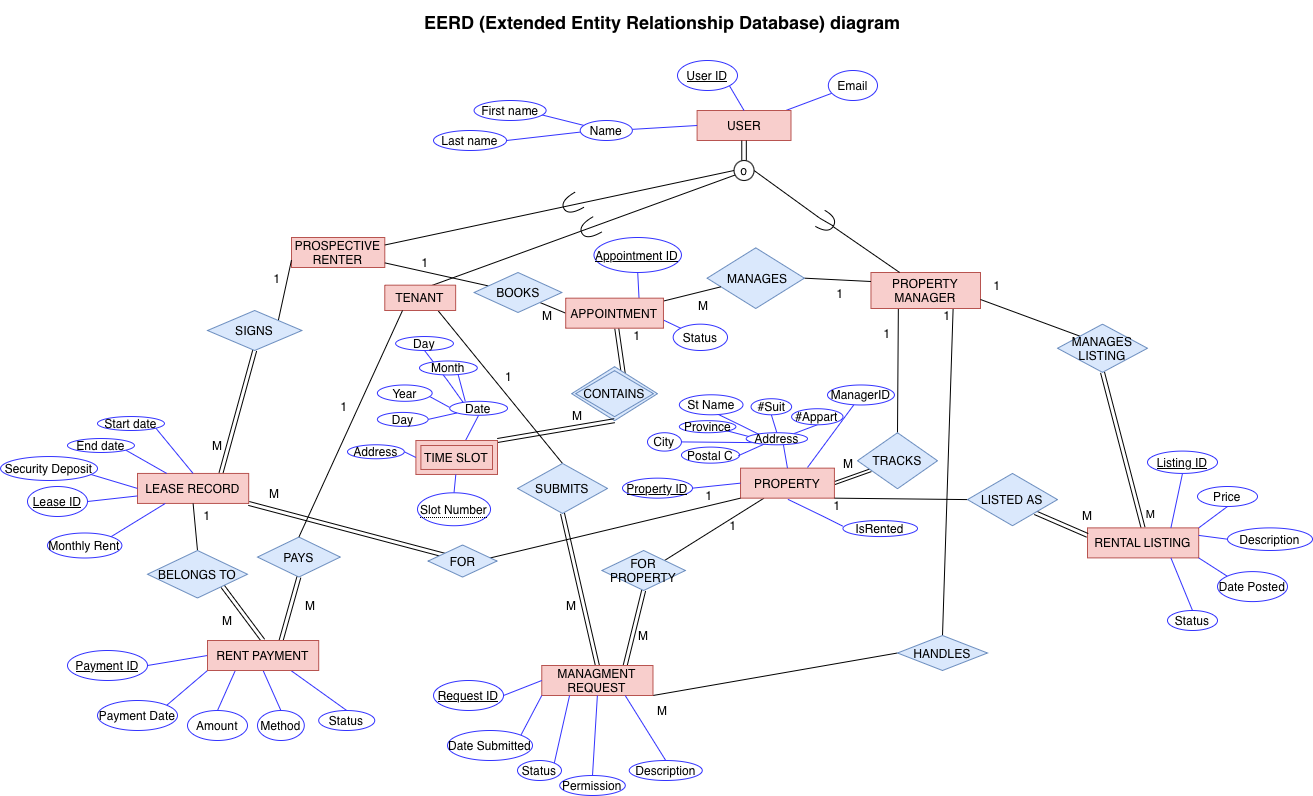
Before: docs/EERD_diagram.png, a diagram exported from draw.io (marynahez/rental-website-project). Source tidied: cells renumbered, new cells last; positions are measured from the earlier drawing's top-left corner, leaving out a move shared by most shapes.
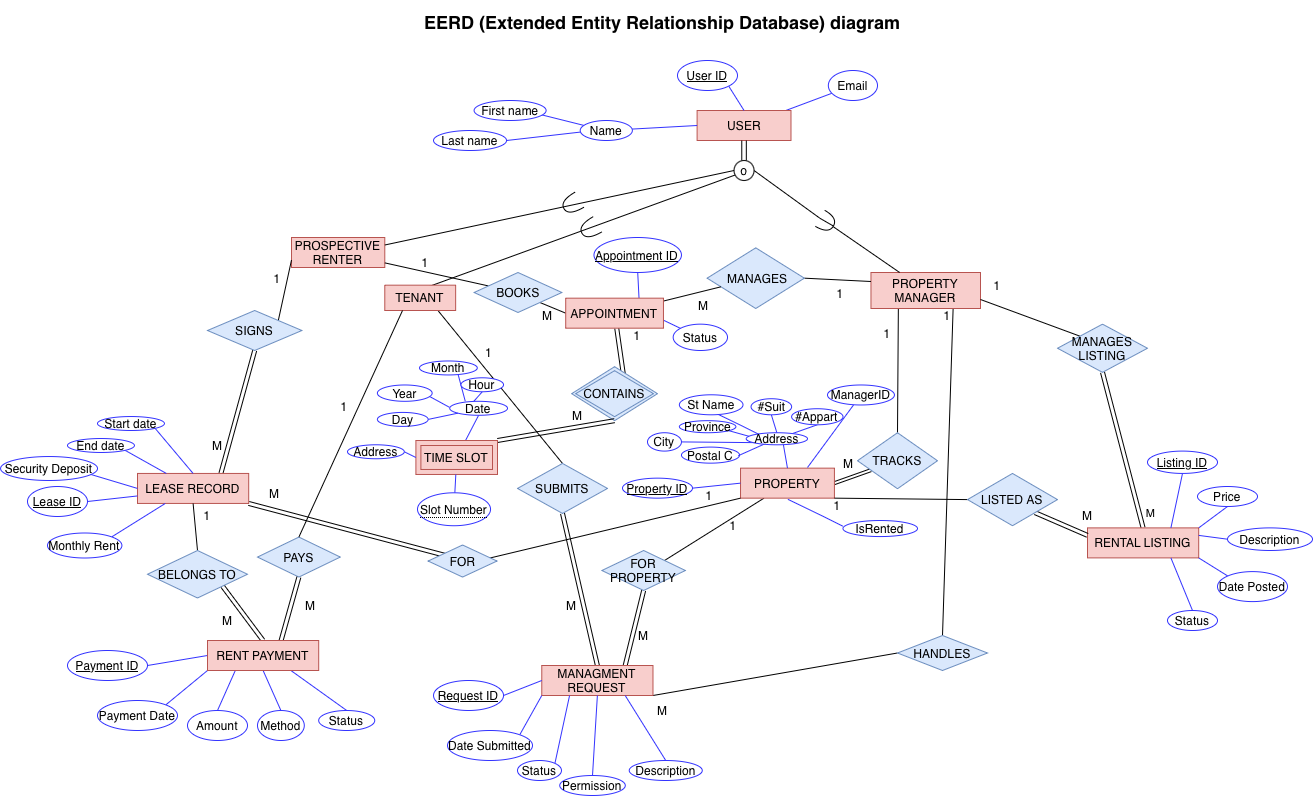
Above is the later version.

Commit message:
Update EERD diagram.

The edit, as a diff of the source:
```diff
@@ -5,9 +5,6 @@
     <mxCell id="2" style="endArrow=none;html=1;rounded=0;strokeColor=#3333FF;entryX=0.5;entryY=1;entryDx=0;entryDy=0;" parent="1" edge="1" target="178">
       <mxGeometry relative="1" as="geometry">
         <mxPoint x="467" y="408" as="sourcePoint" />
-        <Array as="points">
-          <mxPoint x="447" y="380" />
-        </Array>
       </mxGeometry>
     </mxCell>
     <mxCell id="3" style="endArrow=none;html=1;rounded=0;exitX=0.624;exitY=0.053;exitDx=0;exitDy=0;exitPerimeter=0;" parent="1" edge="1" source="153">
@@ -520,7 +517,7 @@
       <mxGeometry x="541.3" y="590" width="60" height="30" as="geometry" />
     </mxCell>
     <mxCell id="161" value="1" style="text;html=1;whiteSpace=wrap;strokeColor=none;fillColor=none;align=center;verticalAlign=middle;rounded=0;" parent="1" vertex="1">
-      <mxGeometry x="479.6" y="360" width="57.4" height="31.3" as="geometry" />
+      <mxGeometry x="459.6" y="334.9" width="57.4" height="35.1" as="geometry" />
     </mxCell>
     <mxCell id="162" style="shape=requiredInterface;html=1;verticalLabelPosition=bottom;sketch=0;rotation=-210;" parent="1" vertex="1">
       <mxGeometry x="580.3" y="219.5" width="18" height="17.5" as="geometry" />
@@ -580,8 +577,8 @@
     <mxCell id="177" value="ManagerID" style="ellipse;whiteSpace=wrap;html=1;align=center;strokeColor=light-dark(#3333FF,#A8A8FF);" parent="1" vertex="1">
       <mxGeometry x="827" y="384.5" width="66.9" height="20" as="geometry" />
     </mxCell>
-    <mxCell id="178" value="Day" style="ellipse;whiteSpace=wrap;html=1;align=center;fillColor=#FFFFFF;strokeColor=#3333FF;" parent="1" vertex="1">
-      <mxGeometry x="395.1" y="336" width="57.8" height="14" as="geometry" />
+    <mxCell id="178" value="Hour" style="ellipse;whiteSpace=wrap;html=1;align=center;fillColor=#FFFFFF;strokeColor=#3333FF;" parent="1" vertex="1">
+      <mxGeometry x="460.5" y="377.3" width="42.6" height="14" as="geometry" />
     </mxCell>
   </root>
 </mxGraphModel>
```
